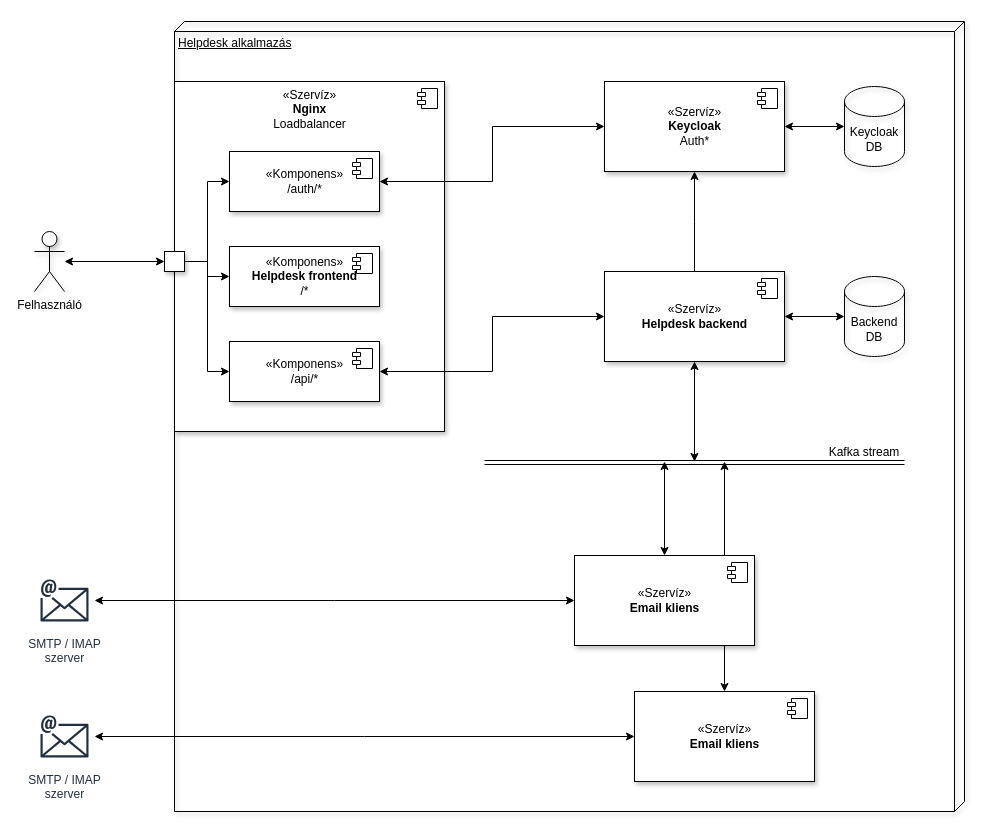
Earlier version of the draw.io diagram docs/Figs/komponens_diagram.drawio (balazsBole/szakdolgozat). Source tidied: cells renumbered, new cells numbered last; positions are measured from the earlier drawing's top-left corner, leaving out a move shared by most shapes. Both pictures are drawn from the tidied source at 100%, with x=0, y=0 at pixel (34, 21).
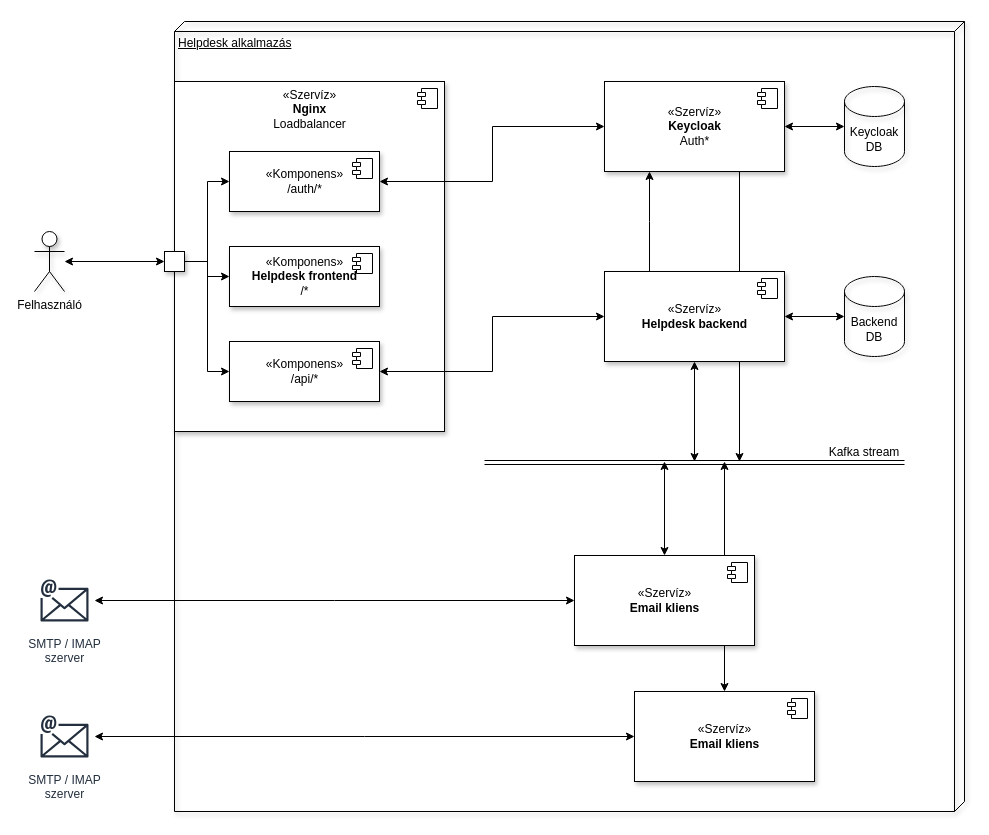
The same diagram, later.

Unchanged cells that the change refers to:
```xml
<mxCell id="6" value="«Szervíz»&lt;br&gt;&lt;b&gt;Keycloak&lt;br&gt;&lt;/b&gt;Auth*&lt;b&gt;&lt;br&gt;&lt;/b&gt;" style="html=1;shadow=1;" parent="1" vertex="1">
  <mxGeometry x="570" y="60" width="180" height="90" as="geometry" />
</mxCell>
<mxCell id="10" value="«Szervíz»&lt;br&gt;&lt;b&gt;Helpdesk backend&lt;/b&gt;&lt;b&gt;&lt;br&gt;&lt;/b&gt;" style="html=1;shadow=1;" parent="1" vertex="1">
  <mxGeometry x="570" y="250" width="180" height="90" as="geometry" />
</mxCell>
```

What changed in the source:
```diff
@@
+    <mxCell id="43" style="edgeStyle=none;rounded=0;jettySize=auto;html=1;exitX=0.75;exitY=1;exitDx=0;exitDy=0;" parent="1" edge="1" source="6">
+      <mxGeometry relative="1" as="geometry">
+        <mxPoint x="705" y="440" as="targetPoint" />
+      </mxGeometry>
+    </mxCell>
@@
-    <mxCell id="8" style="edgeStyle=elbowEdgeStyle;rounded=0;jettySize=auto;html=1;startArrow=none;startFill=0;endArrow=classic;endFill=1;" parent="1" edge="1" source="10" target="6">
+    <mxCell id="8" style="edgeStyle=elbowEdgeStyle;rounded=0;jettySize=auto;html=1;startArrow=none;startFill=0;endArrow=classic;endFill=1;exitX=0.25;exitY=0;exitDx=0;exitDy=0;" parent="1" edge="1" source="10" target="6">
       <mxGeometry relative="1" as="geometry" />
     </mxCell>
```
